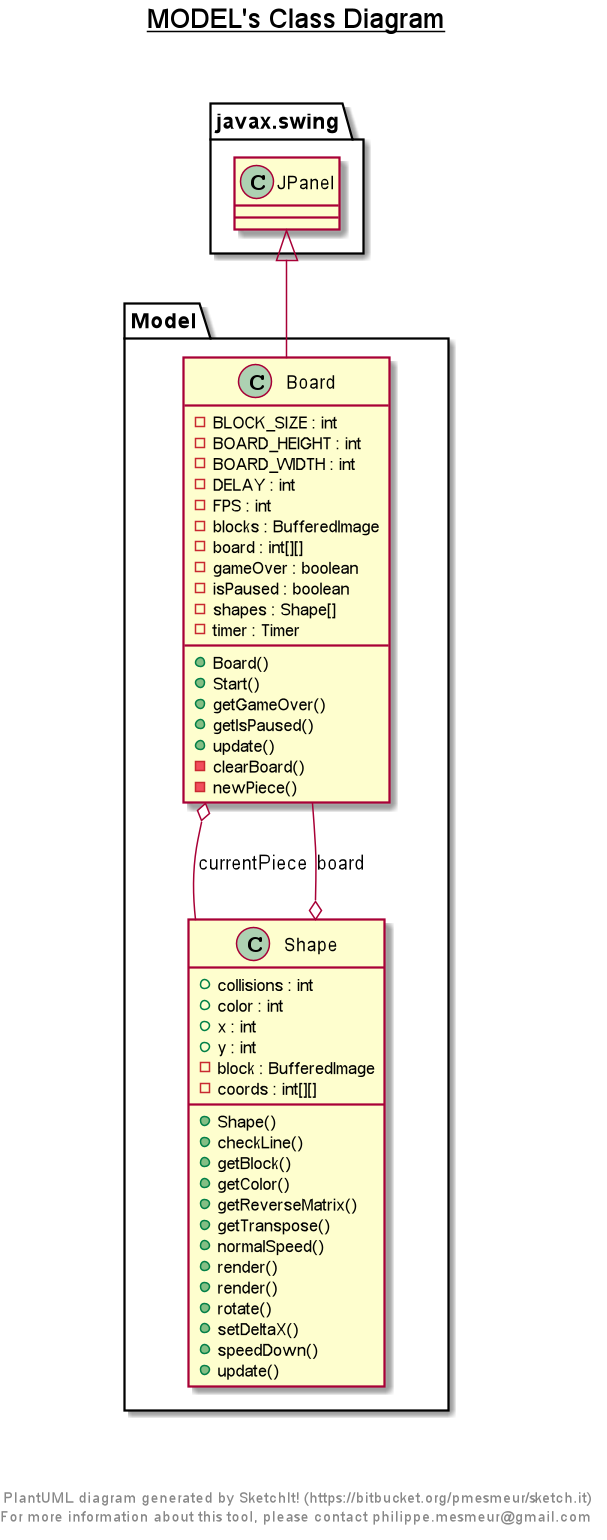
This is UML/Model.png from edounn/cs4398-sm2, a PlantUML export, as it was before one commit.
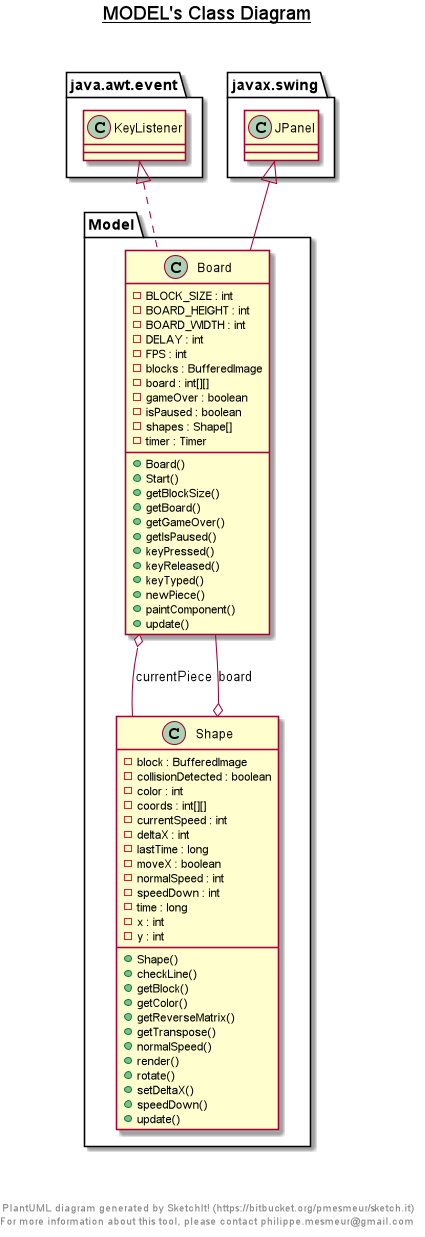
The same diagram one commit later.

The edit, as a diff of the source:
```diff
@@ -17,23 +17,35 @@
         - timer : Timer
         + Board()
         + Start()
+        + getBlockSize()
+        + getBoard()
         + getGameOver()
         + getIsPaused()
+        + keyPressed()
+        + keyReleased()
+        + keyTyped()
+        + newPiece()
+        + paintComponent()
         + update()
-        - clearBoard()
-        - newPiece()
     }
   }
 
 
   namespace Model {
     class Model.Shape {
-        + collisions : int
-        + color : int
-        + x : int
-        + y : int
         - block : BufferedImage
+        - collisionDetected : boolean
+        - color : int
         - coords : int[][]
+        - currentSpeed : int
+        - deltaX : int
+        - lastTime : long
+        - moveX : boolean
+        - normalSpeed : int
+        - speedDown : int
+        - time : long
+        - x : int
+        - y : int
         + Shape()
         + checkLine()
         + getBlock()
@@ -41,7 +53,6 @@
         + getReverseMatrix()
         + getTranspose()
         + normalSpeed()
-        + render()
         + render()
         + rotate()
         + setDeltaX()
@@ -51,6 +62,7 @@
   }
 
 
+  Model.Board .up.|> java.awt.event.KeyListener
   Model.Board -up-|> javax.swing.JPanel
   Model.Board o-- Model.Shape : currentPiece
   Model.Shape o-- Model.Board : board
```
